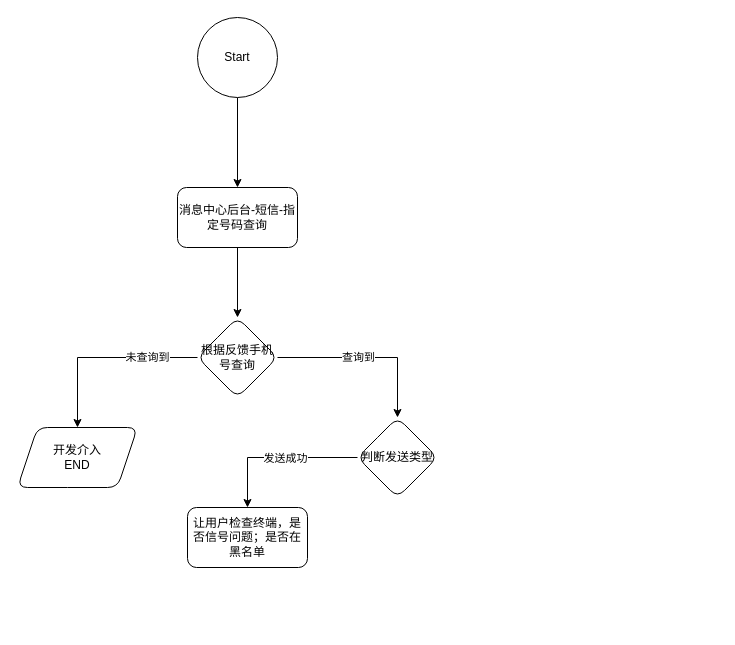
Before: 消息中心问题处理流程.drawio in me-Minion/draw, a draw.io diagram. Source tidied: cells renumbered, new cells numbered last; positions are measured from the earlier drawing's top-left corner, leaving out a move shared by most shapes. Both pictures are drawn from the tidied source at 100%, with x=0, y=0 at pixel (17, 17).
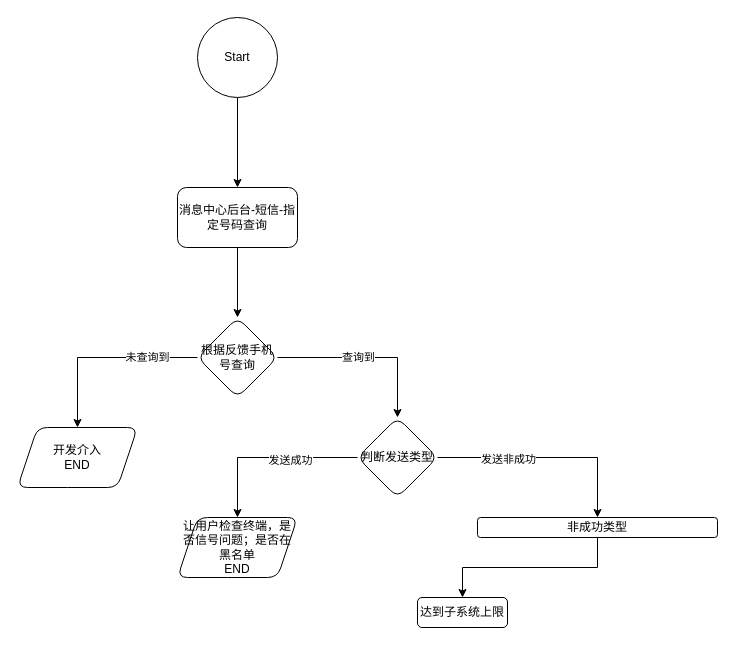
Above is the later version.

Commit message (it also covers changes not shown here):
更新消息中心问题处理流程.drawio

Unchanged cells that the change refers to:
```xml
<mxCell id="14" value="判断发送类型" style="rhombus;whiteSpace=wrap;html=1;rounded=1;" parent="1" vertex="1">
  <mxGeometry x="340" y="400" width="80" height="80" as="geometry" />
</mxCell>
```

Change to the diagram source:
```diff
@@
-    <mxCell id="12" style="edgeStyle=orthogonalEdgeStyle;rounded=0;jettySize=auto;html=1;" parent="1" edge="1" source="14" target="15">
-      <mxGeometry relative="1" as="geometry" />
-    </mxCell>
+    <mxCell id="16" style="edgeStyle=orthogonalEdgeStyle;rounded=0;jettySize=auto;html=1;" parent="1" edge="1" source="14" target="20">
+      <mxGeometry relative="1" as="geometry" />
+    </mxCell>
+    <mxCell id="17" value="发送非成功" style="edgeLabel;html=1;align=center;verticalAlign=middle;" parent="16" vertex="1">
+      <mxGeometry x="-0.36" y="-1" relative="1" as="geometry" />
+    </mxCell>
+    <mxCell id="18" style="edgeStyle=orthogonalEdgeStyle;rounded=0;jettySize=auto;html=1;" parent="1" edge="1" source="14" target="21">
+      <mxGeometry relative="1" as="geometry" />
+    </mxCell>
-    <mxCell id="13" value="发送成功" style="edgeLabel;html=1;align=center;verticalAlign=middle;" parent="12" vertex="1">
-      <mxGeometry x="-0.09" relative="1" as="geometry" />
+    <mxCell id="13" value="发送成功" style="edgeLabel;html=1;align=center;verticalAlign=middle;" parent="18" vertex="1">
+      <mxGeometry x="-0.24" y="2" relative="1" as="geometry" />
     </mxCell>
@@
-    <mxCell id="15" value="让用户检查终端，是否信号问题；是否在黑名单" style="whiteSpace=wrap;html=1;rounded=1;" parent="1" vertex="1">
-      <mxGeometry x="170" y="490" width="120" height="60" as="geometry" />
-    </mxCell>
+    <mxCell id="19" style="edgeStyle=orthogonalEdgeStyle;rounded=0;jettySize=auto;html=1;" parent="1" edge="1" source="20" target="22">
+      <mxGeometry relative="1" as="geometry" />
+    </mxCell>
+    <mxCell id="20" value="非成功类型" style="rounded=1;whiteSpace=wrap;html=1;" parent="1" vertex="1">
+      <mxGeometry x="460" y="500" width="240" height="20" as="geometry" />
+    </mxCell>
+    <mxCell id="21" value="让用户检查终端，是否信号问题；是否在黑名单&lt;br&gt;END" style="shape=parallelogram;perimeter=parallelogramPerimeter;whiteSpace=wrap;html=1;fixedSize=1;rounded=1;" parent="1" vertex="1">
+      <mxGeometry x="160" y="500" width="120" height="60" as="geometry" />
+    </mxCell>
+    <mxCell id="22" value="达到子系统上限" style="rounded=1;whiteSpace=wrap;html=1;" parent="1" vertex="1">
+      <mxGeometry x="400" y="580" width="90" height="30" as="geometry" />
+    </mxCell>
```
